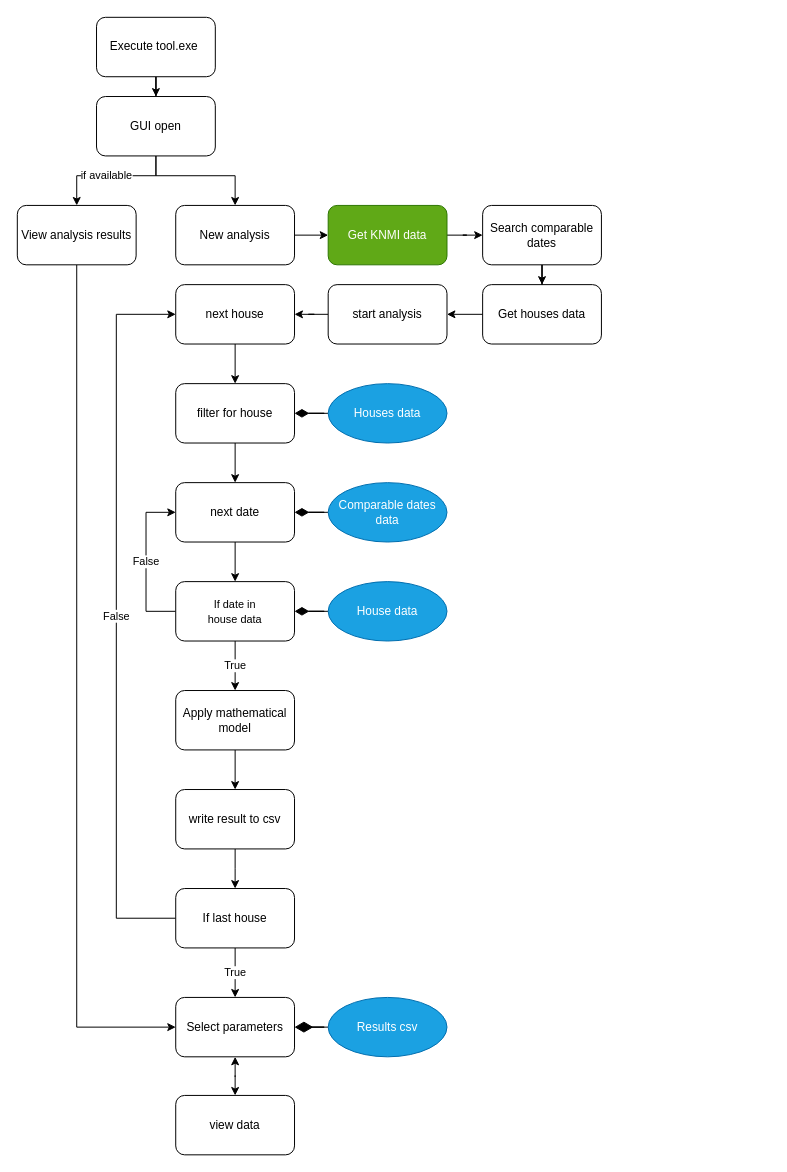
Luko-14/tool keeps this draw.io diagram as tool flowchart.drawio. Above is the earlier version. Source tidied: cells renumbered, new cells numbered last; positions are measured from the earlier drawing's top-left corner, leaving out a move shared by most shapes. Both pictures are drawn from the tidied source at 99%, with x=0, y=0 at pixel (17, 17).
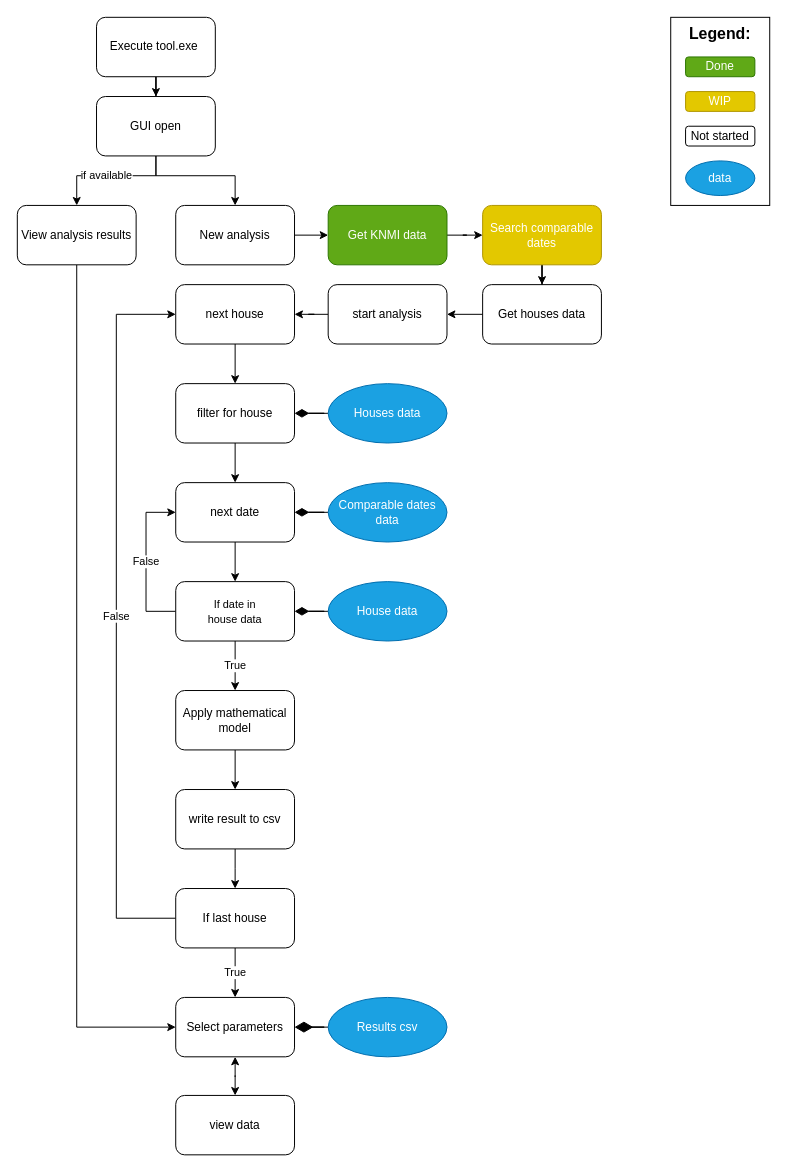
The same page after the edit.

What changed in the source:
```diff
@@
-    <mxCell id="34" value="Search comparable dates" style="rounded=1;whiteSpace=wrap;html=1;" parent="1" vertex="1">
+    <mxCell id="34" value="Search comparable dates" style="rounded=1;whiteSpace=wrap;html=1;fillColor=#e3c800;strokeColor=#B09500;fontColor=#ffffff;" parent="1" vertex="1">
       <mxGeometry x="470" y="190" width="120" height="60" as="geometry" />
     </mxCell>
@@
+    <mxCell id="46" value="&lt;div&gt;&lt;b&gt;&lt;font style=&quot;font-size: 16px&quot;&gt;Legend:&lt;/font&gt;&lt;/b&gt;&lt;/div&gt;" style="rounded=0;whiteSpace=wrap;html=1;align=center;verticalAlign=top;" parent="1" vertex="1">
+      <mxGeometry x="660" width="100" height="190" as="geometry" />
+    </mxCell>
+    <mxCell id="47" value="Done" style="rounded=1;whiteSpace=wrap;html=1;fillColor=#60a917;strokeColor=#2D7600;fontColor=#ffffff;" parent="1" vertex="1">
+      <mxGeometry x="675" y="40" width="70" height="20" as="geometry" />
+    </mxCell>
+    <mxCell id="48" value="WIP" style="rounded=1;whiteSpace=wrap;html=1;fillColor=#e3c800;strokeColor=#B09500;fontColor=#ffffff;" parent="1" vertex="1">
+      <mxGeometry x="675" y="75" width="70" height="20" as="geometry" />
+    </mxCell>
+    <mxCell id="49" value="Not started" style="rounded=1;whiteSpace=wrap;html=1;" parent="1" vertex="1">
+      <mxGeometry x="675" y="110" width="70" height="20" as="geometry" />
+    </mxCell>
+    <mxCell id="50" value="data" style="ellipse;whiteSpace=wrap;html=1;fillColor=#1ba1e2;strokeColor=#006EAF;fontColor=#ffffff;" parent="1" vertex="1">
+      <mxGeometry x="675" y="145" width="70" height="35" as="geometry" />
+    </mxCell>
```
